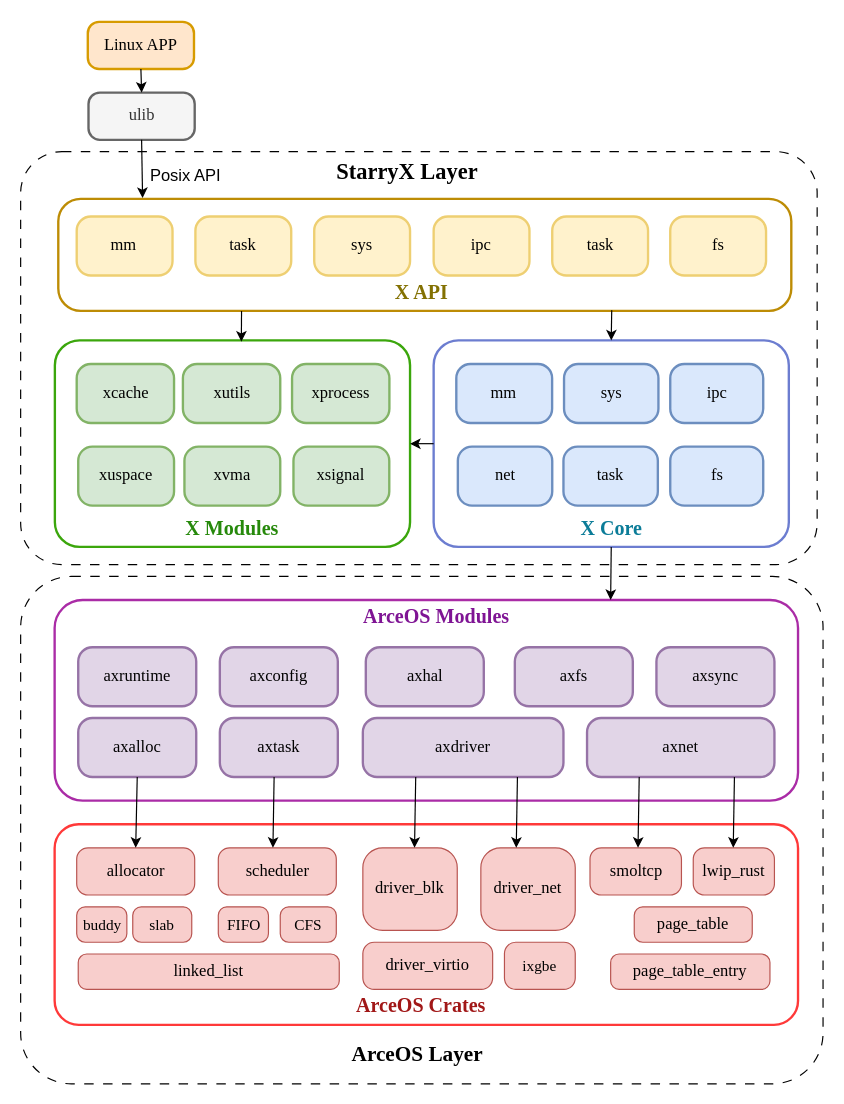
This is docs/StarryX/draw/structure.drawio from Anekoique/StarryX, a draw.io file, before an edit. Source tidied: cells renumbered, new cells numbered last; positions are measured from the earlier drawing's top-left corner, leaving out a move shared by most shapes. Both pictures are drawn from the tidied source at 118%, with x=0, y=0 at pixel (20, 21).
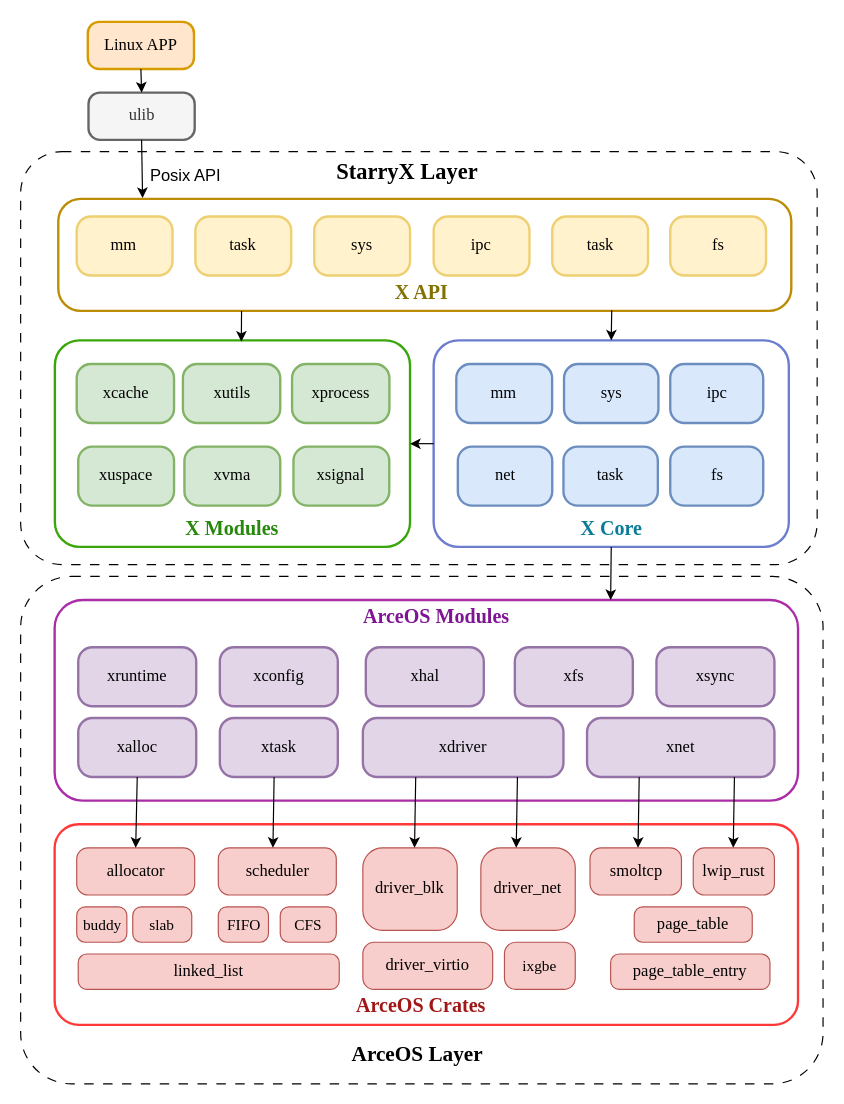
The same page after the edit.

The edit, as a diff of the source:
```diff
@@
-    <mxCell id="10" value="&lt;font face=&quot;Times New Roman&quot;&gt;&lt;span style=&quot;font-size: 14px;&quot;&gt;axruntime&lt;/span&gt;&lt;/font&gt;" style="rounded=1;whiteSpace=wrap;html=1;arcSize=24;fillColor=#e1d5e7;strokeColor=#9673a6;strokeWidth=2;" parent="1" vertex="1">
+    <mxCell id="10" value="&lt;font face=&quot;Times New Roman&quot;&gt;&lt;span style=&quot;font-size: 14px;&quot;&gt;xruntime&lt;/span&gt;&lt;/font&gt;" style="rounded=1;whiteSpace=wrap;html=1;arcSize=24;fillColor=#e1d5e7;strokeColor=#9673a6;strokeWidth=2;" parent="1" vertex="1">
       <mxGeometry x="48.8" y="530" width="100" height="50" as="geometry" />
     </mxCell>
-    <mxCell id="11" value="&lt;font face=&quot;Times New Roman&quot;&gt;&lt;span style=&quot;font-size: 14px;&quot;&gt;axconfig&lt;/span&gt;&lt;/font&gt;" style="rounded=1;whiteSpace=wrap;html=1;arcSize=24;fillColor=#e1d5e7;strokeColor=#9673a6;strokeWidth=2;" parent="1" vertex="1">
+    <mxCell id="11" value="&lt;font face=&quot;Times New Roman&quot;&gt;&lt;span style=&quot;font-size: 14px;&quot;&gt;xconfig&lt;/span&gt;&lt;/font&gt;" style="rounded=1;whiteSpace=wrap;html=1;arcSize=24;fillColor=#e1d5e7;strokeColor=#9673a6;strokeWidth=2;" parent="1" vertex="1">
       <mxGeometry x="168.8" y="530" width="100" height="50" as="geometry" />
     </mxCell>
@@
-    <mxCell id="14" value="&lt;font face=&quot;Times New Roman&quot;&gt;&lt;span style=&quot;font-size: 14px;&quot;&gt;axhal&lt;/span&gt;&lt;/font&gt;" style="rounded=1;whiteSpace=wrap;html=1;arcSize=24;fillColor=#e1d5e7;strokeColor=#9673a6;strokeWidth=2;" parent="1" vertex="1">
+    <mxCell id="14" value="&lt;font face=&quot;Times New Roman&quot;&gt;&lt;span style=&quot;font-size: 14px;&quot;&gt;xhal&lt;/span&gt;&lt;/font&gt;" style="rounded=1;whiteSpace=wrap;html=1;arcSize=24;fillColor=#e1d5e7;strokeColor=#9673a6;strokeWidth=2;" parent="1" vertex="1">
       <mxGeometry x="292.5" y="530" width="100" height="50" as="geometry" />
     </mxCell>
-    <mxCell id="15" value="&lt;font face=&quot;Times New Roman&quot;&gt;&lt;span style=&quot;font-size: 14px;&quot;&gt;axfs&lt;/span&gt;&lt;/font&gt;" style="rounded=1;whiteSpace=wrap;html=1;arcSize=24;fillColor=#e1d5e7;strokeColor=#9673a6;strokeWidth=2;" parent="1" vertex="1">
+    <mxCell id="15" value="&lt;font face=&quot;Times New Roman&quot;&gt;&lt;span style=&quot;font-size: 14px;&quot;&gt;xfs&lt;/span&gt;&lt;/font&gt;" style="rounded=1;whiteSpace=wrap;html=1;arcSize=24;fillColor=#e1d5e7;strokeColor=#9673a6;strokeWidth=2;" parent="1" vertex="1">
       <mxGeometry x="418.8" y="530" width="100" height="50" as="geometry" />
     </mxCell>
-    <mxCell id="16" value="&lt;font face=&quot;Times New Roman&quot;&gt;&lt;span style=&quot;font-size: 14px;&quot;&gt;axalloc&lt;/span&gt;&lt;/font&gt;" style="rounded=1;whiteSpace=wrap;html=1;arcSize=24;fillColor=#e1d5e7;strokeColor=#9673a6;strokeWidth=2;" parent="1" vertex="1">
+    <mxCell id="16" value="&lt;font face=&quot;Times New Roman&quot;&gt;&lt;span style=&quot;font-size: 14px;&quot;&gt;xalloc&lt;/span&gt;&lt;/font&gt;" style="rounded=1;whiteSpace=wrap;html=1;arcSize=24;fillColor=#e1d5e7;strokeColor=#9673a6;strokeWidth=2;" parent="1" vertex="1">
       <mxGeometry x="48.8" y="590" width="100" height="50" as="geometry" />
     </mxCell>
-    <mxCell id="17" value="&lt;font face=&quot;Times New Roman&quot;&gt;&lt;span style=&quot;font-size: 14px;&quot;&gt;axtask&lt;/span&gt;&lt;/font&gt;" style="rounded=1;whiteSpace=wrap;html=1;arcSize=24;fillColor=#e1d5e7;strokeColor=#9673a6;strokeWidth=2;" parent="1" vertex="1">
+    <mxCell id="17" value="&lt;font face=&quot;Times New Roman&quot;&gt;&lt;span style=&quot;font-size: 14px;&quot;&gt;xtask&lt;/span&gt;&lt;/font&gt;" style="rounded=1;whiteSpace=wrap;html=1;arcSize=24;fillColor=#e1d5e7;strokeColor=#9673a6;strokeWidth=2;" parent="1" vertex="1">
       <mxGeometry x="168.8" y="590" width="100" height="50" as="geometry" />
     </mxCell>
-    <mxCell id="18" value="&lt;font face=&quot;Times New Roman&quot;&gt;&lt;span style=&quot;font-size: 14px;&quot;&gt;axdriver&lt;/span&gt;&lt;/font&gt;" style="rounded=1;whiteSpace=wrap;html=1;arcSize=24;fillColor=#e1d5e7;strokeColor=#9673a6;strokeWidth=2;" parent="1" vertex="1">
+    <mxCell id="18" value="&lt;font face=&quot;Times New Roman&quot;&gt;&lt;span style=&quot;font-size: 14px;&quot;&gt;xdriver&lt;/span&gt;&lt;/font&gt;" style="rounded=1;whiteSpace=wrap;html=1;arcSize=24;fillColor=#e1d5e7;strokeColor=#9673a6;strokeWidth=2;" parent="1" vertex="1">
       <mxGeometry x="290" y="590" width="170" height="50" as="geometry" />
     </mxCell>
-    <mxCell id="19" value="&lt;font face=&quot;Times New Roman&quot;&gt;&lt;span style=&quot;font-size: 14px;&quot;&gt;axsync&lt;/span&gt;&lt;/font&gt;" style="rounded=1;whiteSpace=wrap;html=1;arcSize=24;fillColor=#e1d5e7;strokeColor=#9673a6;strokeWidth=2;" parent="1" vertex="1">
+    <mxCell id="19" value="&lt;font face=&quot;Times New Roman&quot;&gt;&lt;span style=&quot;font-size: 14px;&quot;&gt;xsync&lt;/span&gt;&lt;/font&gt;" style="rounded=1;whiteSpace=wrap;html=1;arcSize=24;fillColor=#e1d5e7;strokeColor=#9673a6;strokeWidth=2;" parent="1" vertex="1">
       <mxGeometry x="538.8" y="530" width="100" height="50" as="geometry" />
     </mxCell>
-    <mxCell id="20" value="&lt;font face=&quot;Times New Roman&quot;&gt;&lt;span style=&quot;font-size: 14px;&quot;&gt;axnet&lt;/span&gt;&lt;/font&gt;" style="rounded=1;whiteSpace=wrap;html=1;arcSize=24;fillColor=#e1d5e7;strokeColor=#9673a6;strokeWidth=2;" parent="1" vertex="1">
+    <mxCell id="20" value="&lt;font face=&quot;Times New Roman&quot;&gt;&lt;span style=&quot;font-size: 14px;&quot;&gt;xnet&lt;/span&gt;&lt;/font&gt;" style="rounded=1;whiteSpace=wrap;html=1;arcSize=24;fillColor=#e1d5e7;strokeColor=#9673a6;strokeWidth=2;" parent="1" vertex="1">
       <mxGeometry x="480" y="590" width="158.8" height="50" as="geometry" />
     </mxCell>
```
